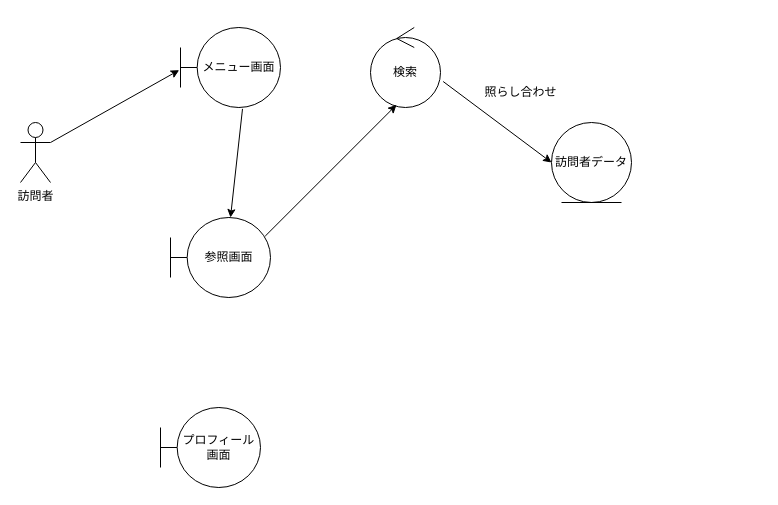
Earlier version of the draw.io diagram group/07_web_visitor/ロバストネス図/robustness_02_index.drawio (ko246/ohara_uml). Source tidied: cells renumbered, new cells numbered last; positions are measured from the earlier drawing's top-left corner, leaving out a move shared by most shapes. Both pictures are drawn from the tidied source at 100%, with x=0, y=0 at pixel (20, 27).
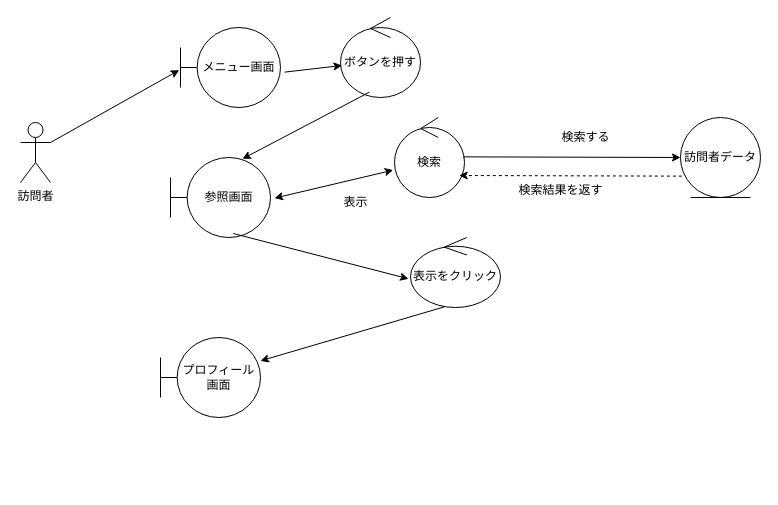
The same diagram, later.

The change refers to these unchanged cells:
```xml
<mxCell id="3" value="メニュー画面" style="shape=umlBoundary;whiteSpace=wrap;html=1;" parent="1" vertex="1">
  <mxGeometry x="160" width="100" height="80" as="geometry" />
</mxCell>
```

Change to the diagram source:
```diff
@@
     <mxCell id="5" value="検索" style="ellipse;shape=umlControl;whiteSpace=wrap;html=1;" parent="1" vertex="1">
-      <mxGeometry x="350" width="70" height="80" as="geometry" />
+      <mxGeometry x="374" y="90" width="70" height="80" as="geometry" />
     </mxCell>
-    <mxCell id="6" style="endArrow=classic;html=1;entryX=0.371;entryY=0.967;entryDx=0;entryDy=0;entryPerimeter=0;exitX=0.947;exitY=0.233;exitDx=0;exitDy=0;exitPerimeter=0;" parent="1" edge="1" source="10" target="5">
-      <mxGeometry relative="1" as="geometry" />
-    </mxCell>
     <mxCell id="7" value="訪問者データ" style="ellipse;shape=umlEntity;whiteSpace=wrap;html=1;" parent="1" vertex="1">
-      <mxGeometry x="531" y="95" width="80" height="80" as="geometry" />
+      <mxGeometry x="660" y="90" width="80" height="80" as="geometry" />
     </mxCell>
-    <mxCell id="8" style="endArrow=classic;html=1;entryX=0;entryY=0.5;entryDx=0;entryDy=0;exitX=1.038;exitY=0.675;exitDx=0;exitDy=0;exitPerimeter=0;" parent="1" edge="1" source="5" target="7">
-      <mxGeometry relative="1" as="geometry" />
-    </mxCell>
     <mxCell id="9" value="プロフィール画面" style="shape=umlBoundary;whiteSpace=wrap;html=1;" parent="1" vertex="1">
-      <mxGeometry x="140" y="380" width="100" height="80" as="geometry" />
+      <mxGeometry x="140" y="310" width="100" height="80" as="geometry" />
     </mxCell>
     <mxCell id="10" value="参照画面" style="shape=umlBoundary;whiteSpace=wrap;html=1;fontStyle=0;" parent="1" vertex="1">
-      <mxGeometry x="150" y="190" width="100" height="80" as="geometry" />
+      <mxGeometry x="150" y="130" width="100" height="80" as="geometry" />
     </mxCell>
-    <mxCell id="11" style="endArrow=classic;html=1;entryX=0.6;entryY=0;entryDx=0;entryDy=0;entryPerimeter=0;exitX=0.62;exitY=1.017;exitDx=0;exitDy=0;exitPerimeter=0;" parent="1" edge="1" source="3" target="10">
-      <mxGeometry relative="1" as="geometry" />
-    </mxCell>
-    <mxCell id="12" value="照らし合わせ" style="text;html=1;align=center;verticalAlign=middle;strokeColor=none;fillColor=none;" parent="1" vertex="1">
-      <mxGeometry x="450" y="50" width="100" height="30" as="geometry" />
-    </mxCell>
+    <mxCell id="6" style="endArrow=classic;startArrow=classic;html=1;exitX=1.04;exitY=0.508;exitDx=0;exitDy=0;exitPerimeter=0;entryX=-0.019;entryY=0.658;entryDx=0;entryDy=0;entryPerimeter=0;" parent="1" edge="1" source="10" target="5">
+      <mxGeometry relative="1" as="geometry" />
+    </mxCell>
+    <mxCell id="13" value="ボタンを押す" style="ellipse;shape=umlControl;whiteSpace=wrap;html=1;" parent="1" vertex="1">
+      <mxGeometry x="320" y="-10" width="80" height="80" as="geometry" />
+    </mxCell>
+    <mxCell id="14" style="endArrow=classic;html=1;entryX=0.019;entryY=0.6;entryDx=0;entryDy=0;entryPerimeter=0;exitX=1.04;exitY=0.558;exitDx=0;exitDy=0;exitPerimeter=0;" parent="1" edge="1" source="3" target="13">
+      <mxGeometry relative="1" as="geometry" />
+    </mxCell>
+    <mxCell id="15" style="endArrow=classic;html=1;entryX=0.72;entryY=0.017;entryDx=0;entryDy=0;entryPerimeter=0;exitX=0.362;exitY=0.933;exitDx=0;exitDy=0;exitPerimeter=0;" parent="1" edge="1" source="13" target="10">
+      <mxGeometry relative="1" as="geometry" />
+    </mxCell>
+    <mxCell id="16" style="endArrow=classic;html=1;entryX=1;entryY=0.292;entryDx=0;entryDy=0;entryPerimeter=0;exitX=0.378;exitY=0.99;exitDx=0;exitDy=0;exitPerimeter=0;" parent="1" edge="1" source="21" target="9">
+      <mxGeometry relative="1" as="geometry" />
+    </mxCell>
+    <mxCell id="17" value="表示" style="text;html=1;align=center;verticalAlign=middle;strokeColor=none;fillColor=none;" parent="1" vertex="1">
+      <mxGeometry x="310" y="160" width="50" height="30" as="geometry" />
+    </mxCell>
+    <mxCell id="18" value="検索する" style="text;html=1;align=center;verticalAlign=middle;strokeColor=none;fillColor=none;" parent="1" vertex="1">
+      <mxGeometry x="530" y="95" width="70" height="30" as="geometry" />
+    </mxCell>
+    <mxCell id="8" style="endArrow=classic;html=1;entryX=0;entryY=0.5;entryDx=0;entryDy=0;exitX=0.981;exitY=0.492;exitDx=0;exitDy=0;exitPerimeter=0;" parent="1" edge="1" source="5" target="7">
+      <mxGeometry relative="1" as="geometry" />
+    </mxCell>
+    <mxCell id="19" style="endArrow=classic;html=1;dashed=1;exitX=0.017;exitY=0.733;exitDx=0;exitDy=0;exitPerimeter=0;entryX=0.924;entryY=0.725;entryDx=0;entryDy=0;entryPerimeter=0;endFill=1;" parent="1" edge="1" source="7" target="5">
+      <mxGeometry relative="1" as="geometry" />
+    </mxCell>
+    <mxCell id="20" value="検索結果を返す" style="text;html=1;align=center;verticalAlign=middle;strokeColor=none;fillColor=none;" parent="1" vertex="1">
+      <mxGeometry x="485" y="148" width="110" height="30" as="geometry" />
+    </mxCell>
+    <mxCell id="21" value="表示をクリック" style="ellipse;shape=umlControl;whiteSpace=wrap;html=1;" parent="1" vertex="1">
+      <mxGeometry x="390" y="210" width="90" height="70" as="geometry" />
+    </mxCell>
+    <mxCell id="22" style="endArrow=classic;html=1;entryX=-0.022;entryY=0.59;entryDx=0;entryDy=0;entryPerimeter=0;exitX=0.627;exitY=0.95;exitDx=0;exitDy=0;exitPerimeter=0;" parent="1" edge="1" source="10" target="21">
+      <mxGeometry relative="1" as="geometry" />
+    </mxCell>
```
